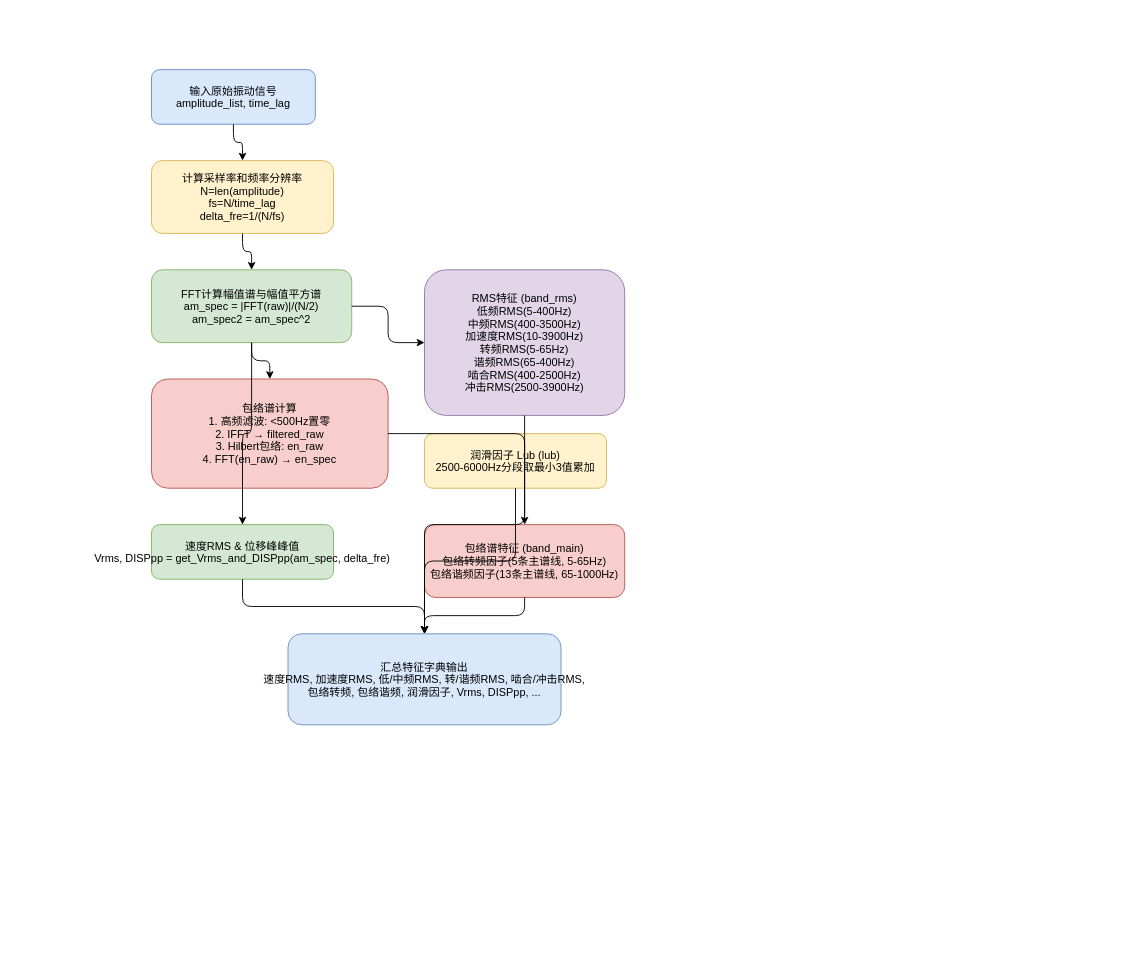
The draw.io diagram 振动信号特征提取.drawio in 729973389/picture, before the edit. Source tidied: cells renumbered, new cells numbered last; positions are measured from the earlier drawing's top-left corner, leaving out a move shared by most shapes. Both pictures are drawn from the tidied source at 91%, with x=0, y=0 at pixel (151, 69).
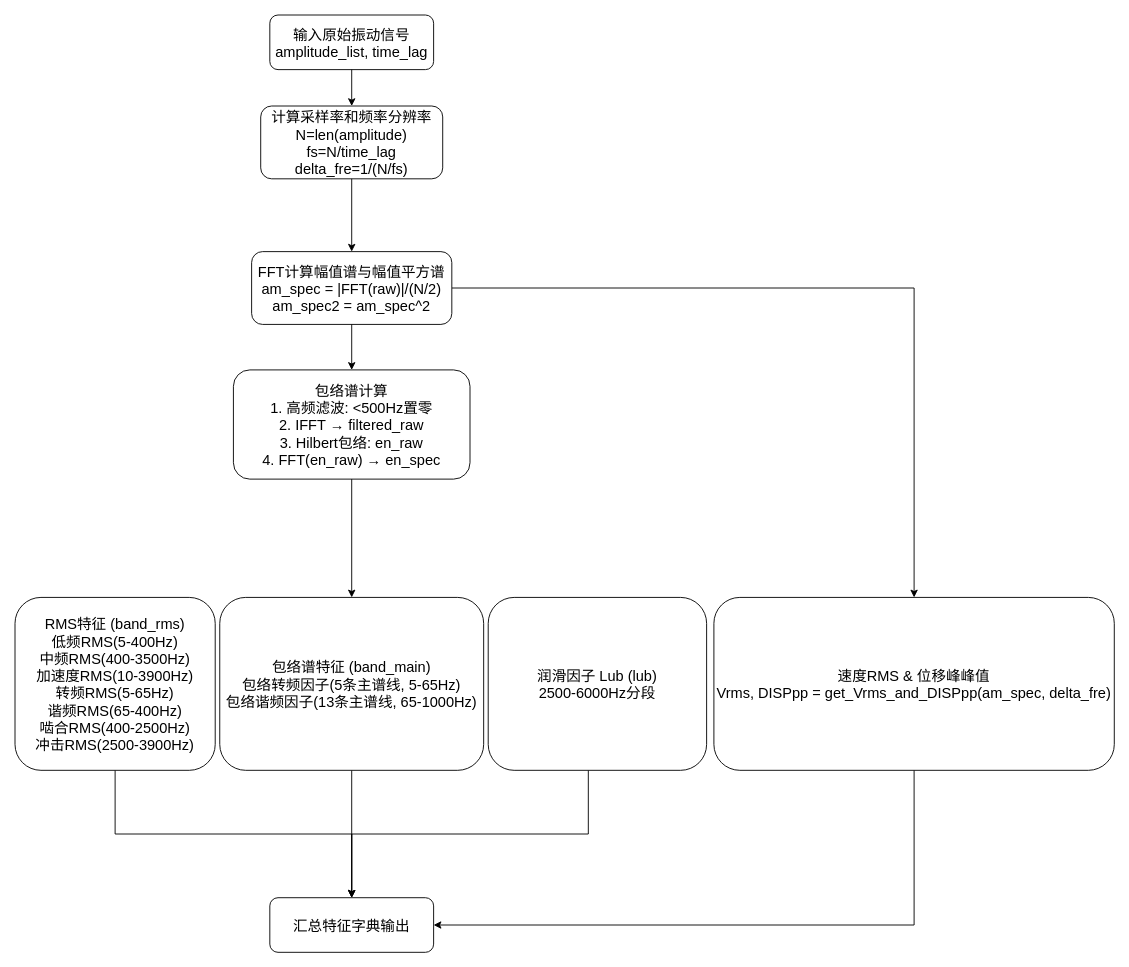
After the change.

Commit message:
更新振动信号特征提取.drawio

Change to the diagram source:
```diff
@@
-    <mxCell id="2" value="输入原始振动信号 &#10;amplitude_list, time_lag" style="rounded=1;fillColor=#dae8fc;strokeColor=#6c8ebf;fontSize=12;fontColor=#000000;" parent="1" vertex="1">
-      <mxGeometry width="180" height="60" as="geometry" />
+    <mxCell id="2" value="输入原始振动信号 &#10;amplitude_list, time_lag" style="rounded=1;fontSize=16;" parent="1" vertex="1">
+      <mxGeometry x="130" y="-60" width="180" height="60" as="geometry" />
     </mxCell>
-    <mxCell id="3" value="计算采样率和频率分辨率 &#10;N=len(amplitude) &#10;fs=N/time_lag &#10;delta_fre=1/(N/fs)" style="rounded=1;fillColor=#fff2cc;strokeColor=#d6b656;fontSize=12;" parent="1" vertex="1">
-      <mxGeometry y="100" width="200" height="80" as="geometry" />
+    <mxCell id="3" value="计算采样率和频率分辨率 &#10;N=len(amplitude) &#10;fs=N/time_lag &#10;delta_fre=1/(N/fs)" style="rounded=1;fontSize=16;" parent="1" vertex="1">
+      <mxGeometry x="120" y="40" width="200" height="80" as="geometry" />
     </mxCell>
+    <mxCell id="16" style="edgeStyle=orthogonalEdgeStyle;rounded=0;jettySize=auto;html=1;entryX=0.5;entryY=0;entryDx=0;entryDy=0;" parent="1" edge="1" source="4" target="9">
+      <mxGeometry relative="1" as="geometry" />
+    </mxCell>
-    <mxCell id="4" value="FFT计算幅值谱与幅值平方谱 &#10;am_spec = |FFT(raw)|/(N/2) &#10;am_spec2 = am_spec^2" style="rounded=1;fillColor=#d5e8d4;strokeColor=#82b366;fontSize=12;" parent="1" vertex="1">
-      <mxGeometry y="220" width="220" height="80" as="geometry" />
+    <mxCell id="4" value="FFT计算幅值谱与幅值平方谱 &#10;am_spec = |FFT(raw)|/(N/2) &#10;am_spec2 = am_spec^2" style="rounded=1;fontSize=16;" parent="1" vertex="1">
+      <mxGeometry x="110" y="200" width="220" height="80" as="geometry" />
     </mxCell>
-    <mxCell id="5" value="包络谱计算 &#10;1. 高频滤波: &lt;500Hz置零 &#10;2. IFFT → filtered_raw &#10;3. Hilbert包络: en_raw &#10;4. FFT(en_raw) → en_spec" style="rounded=1;fillColor=#f8cecc;strokeColor=#b85450;fontSize=12;" parent="1" vertex="1">
-      <mxGeometry y="340" width="260" height="120" as="geometry" />
+    <mxCell id="5" value="包络谱计算 &#10;1. 高频滤波: &lt;500Hz置零 &#10;2. IFFT → filtered_raw &#10;3. Hilbert包络: en_raw &#10;4. FFT(en_raw) → en_spec" style="rounded=1;fontSize=16;" parent="1" vertex="1">
+      <mxGeometry x="90" y="330" width="260" height="120" as="geometry" />
     </mxCell>
+    <mxCell id="17" style="edgeStyle=orthogonalEdgeStyle;rounded=0;jettySize=auto;html=1;entryX=0.5;entryY=0;entryDx=0;entryDy=0;fontSize=16;" parent="1" edge="1" source="6" target="10">
+      <mxGeometry relative="1" as="geometry">
+        <Array as="points">
+          <mxPoint x="-40" y="840" />
+          <mxPoint x="220" y="840" />
+        </Array>
+      </mxGeometry>
+    </mxCell>
-    <mxCell id="6" value="RMS特征 (band_rms) &#10;低频RMS(5-400Hz) &#10;中频RMS(400-3500Hz) &#10;加速度RMS(10-3900Hz) &#10;转频RMS(5-65Hz) &#10;谐频RMS(65-400Hz) &#10;啮合RMS(400-2500Hz) &#10;冲击RMS(2500-3900Hz)" style="rounded=1;fillColor=#e1d5e7;strokeColor=#9673a6;fontSize=12;" parent="1" vertex="1">
-      <mxGeometry x="300" y="220" width="220" height="160" as="geometry" />
+    <mxCell id="6" value="RMS特征 (band_rms) &#10;低频RMS(5-400Hz) &#10;中频RMS(400-3500Hz) &#10;加速度RMS(10-3900Hz) &#10;转频RMS(5-65Hz) &#10;谐频RMS(65-400Hz) &#10;啮合RMS(400-2500Hz) &#10;冲击RMS(2500-3900Hz)" style="rounded=1;fontSize=16;" parent="1" vertex="1">
+      <mxGeometry x="-150" y="580" width="220" height="190" as="geometry" />
     </mxCell>
+    <mxCell id="18" style="edgeStyle=orthogonalEdgeStyle;rounded=0;jettySize=auto;html=1;entryX=0.5;entryY=0;entryDx=0;entryDy=0;fontSize=16;" parent="1" edge="1" source="7" target="10">
+      <mxGeometry relative="1" as="geometry">
+        <Array as="points">
+          <mxPoint x="480" y="840" />
+          <mxPoint x="220" y="840" />
+        </Array>
+      </mxGeometry>
+    </mxCell>
-    <mxCell id="7" value="润滑因子 Lub (lub) &#10;2500-6000Hz分段取最小3值累加" style="rounded=1;fillColor=#fff2cc;strokeColor=#d6b656;fontSize=12;" parent="1" vertex="1">
-      <mxGeometry x="300" y="400" width="200" height="60" as="geometry" />
+    <mxCell id="7" value="润滑因子 Lub (lub) &#10;2500-6000Hz分段" style="rounded=1;fontSize=16;" parent="1" vertex="1">
+      <mxGeometry x="370" y="580" width="240" height="190" as="geometry" />
     </mxCell>
+    <mxCell id="19" style="edgeStyle=orthogonalEdgeStyle;rounded=0;jettySize=auto;html=1;entryX=0.5;entryY=0;entryDx=0;entryDy=0;fontSize=16;" parent="1" edge="1" source="8" target="10">
+      <mxGeometry relative="1" as="geometry" />
+    </mxCell>
-    <mxCell id="8" value="包络谱特征 (band_main) &#10;包络转频因子(5条主谱线, 5-65Hz) &#10;包络谐频因子(13条主谱线, 65-1000Hz)" style="rounded=1;fillColor=#f8cecc;strokeColor=#b85450;fontSize=12;" parent="1" vertex="1">
-      <mxGeometry x="300" y="500" width="220" height="80" as="geometry" />
+    <mxCell id="8" value="包络谱特征 (band_main) &#10;包络转频因子(5条主谱线, 5-65Hz) &#10;包络谐频因子(13条主谱线, 65-1000Hz)" style="rounded=1;fontSize=16;" parent="1" vertex="1">
+      <mxGeometry x="75" y="580" width="290" height="190" as="geometry" />
     </mxCell>
+    <mxCell id="20" style="edgeStyle=orthogonalEdgeStyle;rounded=0;jettySize=auto;html=1;exitX=0.5;exitY=1;exitDx=0;exitDy=0;entryX=1;entryY=0.5;entryDx=0;entryDy=0;" parent="1" edge="1" source="9" target="10">
+      <mxGeometry relative="1" as="geometry" />
+    </mxCell>
-    <mxCell id="9" value="速度RMS &amp; 位移峰峰值 &#10;Vrms, DISPpp = get_Vrms_and_DISPpp(am_spec, delta_fre)" style="rounded=1;fillColor=#d5e8d4;strokeColor=#82b366;fontSize=12;" parent="1" vertex="1">
-      <mxGeometry y="500" width="200" height="60" as="geometry" />
+    <mxCell id="9" value="速度RMS &amp; 位移峰峰值 &#10;Vrms, DISPpp = get_Vrms_and_DISPpp(am_spec, delta_fre)" style="rounded=1;fontSize=16;" parent="1" vertex="1">
+      <mxGeometry x="618" y="580" width="440" height="190" as="geometry" />
     </mxCell>
-    <mxCell id="10" value="汇总特征字典输出 &#10;速度RMS, 加速度RMS, 低/中频RMS, 转/谐频RMS, 啮合/冲击RMS, &#10;包络转频, 包络谐频, 润滑因子, Vrms, DISPpp, ..." style="rounded=1;fillColor=#dae8fc;strokeColor=#6c8ebf;fontSize=12;" parent="1" vertex="1">
-      <mxGeometry x="150" y="620" width="300" height="100" as="geometry" />
+    <mxCell id="10" value="汇总特征字典输出" style="rounded=1;fontSize=16;" parent="1" vertex="1">
+      <mxGeometry x="130" y="910" width="180" height="60" as="geometry" />
     </mxCell>
-    <mxCell id="11" style="edgeStyle=orthogonalEdgeStyle;strokeColor=#000000;endArrow=classic;" parent="1" edge="1" source="2" target="3">
+    <mxCell id="11" style="edgeStyle=orthogonalEdgeStyle;endArrow=classic;fontSize=16;" parent="1" edge="1" source="2" target="3">
       <mxGeometry relative="1" as="geometry" />
     </mxCell>
-    <mxCell id="12" style="edgeStyle=orthogonalEdgeStyle;strokeColor=#000000;endArrow=classic;" parent="1" edge="1" source="3" target="4">
+    <mxCell id="12" style="edgeStyle=orthogonalEdgeStyle;endArrow=classic;fontSize=16;" parent="1" edge="1" source="3" target="4">
       <mxGeometry relative="1" as="geometry" />
     </mxCell>
-    <mxCell id="13" style="edgeStyle=orthogonalEdgeStyle;strokeColor=#000000;endArrow=classic;" parent="1" edge="1" source="4" target="5">
+    <mxCell id="13" style="edgeStyle=orthogonalEdgeStyle;endArrow=classic;fontSize=16;" parent="1" edge="1" source="4" target="5">
       <mxGeometry relative="1" as="geometry" />
     </mxCell>
-    <mxCell id="14" style="edgeStyle=orthogonalEdgeStyle;strokeColor=#000000;endArrow=classic;" parent="1" edge="1" source="4" target="6">
-      <mxGeometry relative="1" as="geometry" />
-    </mxCell>
-    <mxCell id="15" style="edgeStyle=orthogonalEdgeStyle;strokeColor=#000000;endArrow=classic;" parent="1" edge="1" source="5" target="8">
+    <mxCell id="15" style="edgeStyle=orthogonalEdgeStyle;endArrow=classic;fontSize=16;" parent="1" edge="1" source="5" target="8">
       <mxGeometry relative="1" as="geometry" />
     </mxCell>
-    <mxCell id="16" style="edgeStyle=orthogonalEdgeStyle;strokeColor=#000000;endArrow=classic;" parent="1" edge="1" source="4" target="9">
-      <mxGeometry relative="1" as="geometry" />
-    </mxCell>
-    <mxCell id="17" style="edgeStyle=orthogonalEdgeStyle;strokeColor=#000000;endArrow=classic;" parent="1" edge="1" source="6" target="10">
-      <mxGeometry relative="1" as="geometry" />
-    </mxCell>
-    <mxCell id="18" style="edgeStyle=orthogonalEdgeStyle;strokeColor=#000000;endArrow=classic;" parent="1" edge="1" source="7" target="10">
-      <mxGeometry relative="1" as="geometry" />
-    </mxCell>
-    <mxCell id="19" style="edgeStyle=orthogonalEdgeStyle;strokeColor=#000000;endArrow=classic;" parent="1" edge="1" source="8" target="10">
-      <mxGeometry relative="1" as="geometry" />
-    </mxCell>
-    <mxCell id="20" style="edgeStyle=orthogonalEdgeStyle;strokeColor=#000000;endArrow=classic;" parent="1" edge="1" source="9" target="10">
-      <mxGeometry relative="1" as="geometry" />
-    </mxCell>
```
